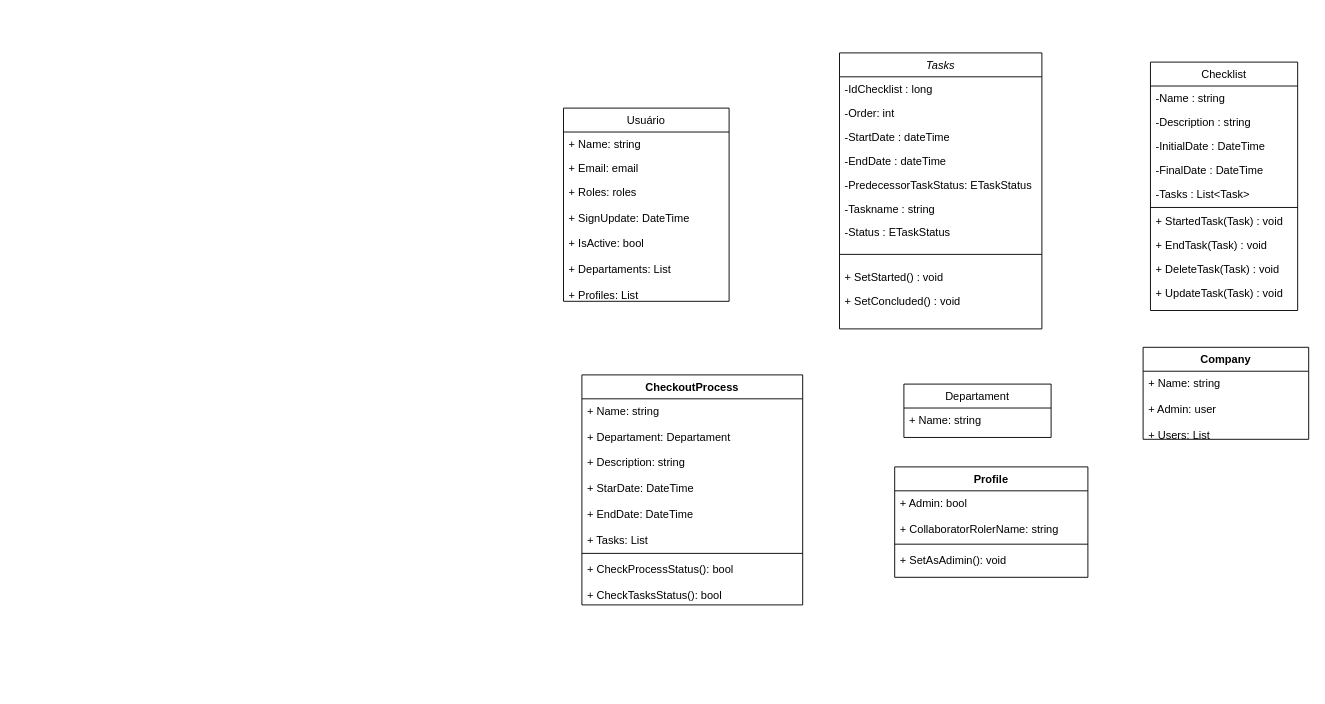
Earlier version of the draw.io diagram TaskManager.drawio (DevelopmentModalGR/TaskManager). Source tidied: cells renumbered, new cells numbered last; positions are measured from the earlier drawing's top-left corner, leaving out a move shared by most shapes. Both pictures are drawn from the tidied source at 92%, with x=0, y=0 at pixel (563, 52).
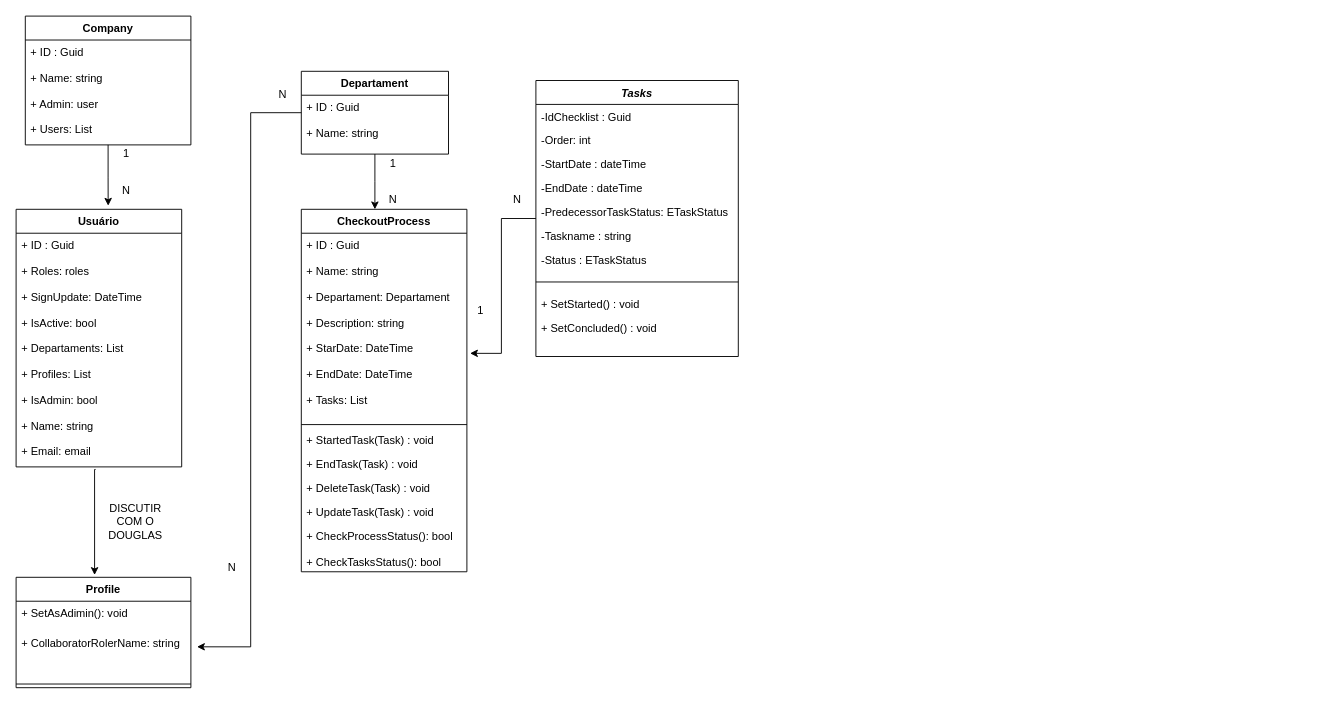
Above is the later version.

Commit message (it also covers changes not shown here):
atualizado diagrama de classes

The edit, as a diff of the source:
```diff
@@
+    <mxCell id="42" style="edgeStyle=orthogonalEdgeStyle;rounded=0;jettySize=auto;html=1;entryX=1.019;entryY=0.64;entryDx=0;entryDy=0;entryPerimeter=0;startArrow=none;startFill=0;endArrow=classic;endFill=1;" parent="1" edge="1" source="2" target="32">
+      <mxGeometry relative="1" as="geometry" />
+    </mxCell>
-    <mxCell id="2" value="Tasks" style="swimlane;fontStyle=2;align=center;verticalAlign=top;horizontal=1;startSize=26;rounded=0;shadow=0;strokeWidth=1;" parent="1" vertex="1">
-      <mxGeometry x="300" width="220" height="300" as="geometry" />
+    <mxCell id="2" value="Tasks" style="swimlane;fontStyle=3;align=center;verticalAlign=top;horizontal=1;startSize=26;rounded=0;shadow=0;strokeWidth=1;" parent="1" vertex="1">
+      <mxGeometry x="-30" y="30" width="220" height="300" as="geometry" />
     </mxCell>
-    <mxCell id="3" value="-IdChecklist : long&#10;&#10;" style="text;align=left;verticalAlign=top;spacingLeft=4;spacingRight=4;overflow=hidden;" parent="2" vertex="1">
+    <mxCell id="3" value="-IdChecklist : Guid" style="text;align=left;verticalAlign=top;spacingLeft=4;spacingRight=4;overflow=hidden;" parent="2" vertex="1">
       <mxGeometry y="26" width="220" height="26" as="geometry" />
     </mxCell>
@@
+    <mxCell id="43" style="edgeStyle=orthogonalEdgeStyle;rounded=0;jettySize=auto;html=1;" parent="1" edge="1" source="13">
+      <mxGeometry relative="1" as="geometry">
+        <mxPoint x="-205" y="170" as="targetPoint" />
+      </mxGeometry>
+    </mxCell>
+    <mxCell id="44" style="edgeStyle=orthogonalEdgeStyle;rounded=0;jettySize=auto;html=1;entryX=1.035;entryY=0.325;entryDx=0;entryDy=0;entryPerimeter=0;startArrow=none;startFill=0;endArrow=classic;endFill=1;" parent="1" edge="1" source="13" target="36">
+      <mxGeometry relative="1" as="geometry">
+        <Array as="points">
+          <mxPoint x="-340" y="65" />
+          <mxPoint x="-340" y="646" />
+        </Array>
+      </mxGeometry>
+    </mxCell>
-    <mxCell id="13" value="Departament" style="swimlane;fontStyle=0;align=center;verticalAlign=top;horizontal=1;startSize=26;rounded=0;shadow=0;strokeWidth=1;" parent="1" vertex="1">
-      <mxGeometry x="370" y="360" width="160" height="58" as="geometry" />
+    <mxCell id="13" value="Departament" style="swimlane;fontStyle=1;align=center;verticalAlign=top;horizontal=1;startSize=26;rounded=0;shadow=0;strokeWidth=1;" parent="1" vertex="1">
+      <mxGeometry x="-285" y="20" width="160" height="90" as="geometry" />
     </mxCell>
-    <mxCell id="14" value="+ Name: string" style="text;align=left;verticalAlign=top;spacingLeft=4;spacingRight=4;overflow=hidden;" parent="13" vertex="1">
-      <mxGeometry y="26" width="160" height="26" as="geometry" />
+    <mxCell id="14" value="+ ID : Guid&#10;&#10;+ Name: string" style="text;align=left;verticalAlign=top;spacingLeft=4;spacingRight=4;overflow=hidden;" parent="13" vertex="1">
+      <mxGeometry y="26" width="160" height="54" as="geometry" />
     </mxCell>
     <mxCell id="15" style="line;html=1;strokeWidth=1;align=left;verticalAlign=middle;spacingTop=-1;spacingLeft=3;spacingRight=3;labelPosition=right;" parent="13" vertex="1">
-      <mxGeometry y="52" width="160" as="geometry" />
+      <mxGeometry y="80" width="160" as="geometry" />
     </mxCell>
-    <mxCell id="16" value="Checklist" style="swimlane;fontStyle=0;align=center;verticalAlign=top;horizontal=1;startSize=26;rounded=0;shadow=0;strokeWidth=1;" parent="1" vertex="1">
-      <mxGeometry x="638" y="10" width="160" height="270" as="geometry" />
-    </mxCell>
-    <mxCell id="17" value="-Name : string" style="text;align=left;verticalAlign=top;spacingLeft=4;spacingRight=4;overflow=hidden;" parent="16" vertex="1">
-      <mxGeometry y="26" width="160" height="26" as="geometry" />
-    </mxCell>
-    <mxCell id="18" value="-Description : string" style="text;align=left;verticalAlign=top;spacingLeft=4;spacingRight=4;overflow=hidden;rounded=0;shadow=0;html=0;" parent="16" vertex="1">
-      <mxGeometry y="52" width="160" height="26" as="geometry" />
-    </mxCell>
-    <mxCell id="19" value="-InitialDate : DateTime" style="text;align=left;verticalAlign=top;spacingLeft=4;spacingRight=4;overflow=hidden;rounded=0;shadow=0;html=0;" parent="16" vertex="1">
-      <mxGeometry y="78" width="160" height="26" as="geometry" />
-    </mxCell>
-    <mxCell id="20" value="-FinalDate : DateTime" style="text;align=left;verticalAlign=top;spacingLeft=4;spacingRight=4;overflow=hidden;rounded=0;shadow=0;html=0;" parent="16" vertex="1">
-      <mxGeometry y="104" width="160" height="26" as="geometry" />
-    </mxCell>
-    <mxCell id="21" value="-Tasks : List&lt;Task&gt;" style="text;align=left;verticalAlign=top;spacingLeft=4;spacingRight=4;overflow=hidden;rounded=0;shadow=0;html=0;" parent="16" vertex="1">
-      <mxGeometry y="130" width="160" height="26" as="geometry" />
-    </mxCell>
-    <mxCell id="22" style="line;html=1;strokeWidth=1;align=left;verticalAlign=middle;spacingTop=-1;spacingLeft=3;spacingRight=3;labelPosition=right;" parent="16" vertex="1">
-      <mxGeometry y="156" width="160" height="4" as="geometry" />
-    </mxCell>
+    <mxCell id="45" style="edgeStyle=orthogonalEdgeStyle;rounded=0;jettySize=auto;html=1;entryX=0.449;entryY=-0.021;entryDx=0;entryDy=0;entryPerimeter=0;startArrow=none;startFill=0;endArrow=classic;endFill=1;exitX=0.48;exitY=1.011;exitDx=0;exitDy=0;exitPerimeter=0;" parent="1" edge="1" source="30" target="35">
+      <mxGeometry relative="1" as="geometry">
+        <Array as="points">
+          <mxPoint x="-510" y="453" />
+        </Array>
+      </mxGeometry>
+    </mxCell>
+    <mxCell id="27" value="Usuário" style="swimlane;fontStyle=1;horizontal=1;startSize=26;fillColor=none;" parent="1" vertex="1">
+      <mxGeometry x="-595" y="170" width="180" height="280" as="geometry" />
+    </mxCell>
+    <mxCell id="30" value="+ ID : Guid&#10;&#10;+ Roles: roles&#10;&#10;+ SignUpdate: DateTime&#10;&#10;+ IsActive: bool&#10;&#10;+ Departaments: List&#10;&#10;+ Profiles: List&#10;&#10;+ IsAdmin: bool&#10;&#10;+ Name: string&#10;&#10;+ Email: email&#10;" style="text;strokeColor=none;fillColor=none;align=left;verticalAlign=top;spacingLeft=4;spacingRight=4;overflow=hidden;points=[[0,0.5],[1,0.5]];portConstraint=eastwest;" parent="27" vertex="1">
+      <mxGeometry y="26" width="180" height="254" as="geometry" />
+    </mxCell>
+    <mxCell id="31" value="CheckoutProcess" style="swimlane;fontStyle=1;align=center;verticalAlign=top;horizontal=1;startSize=26;" parent="1" vertex="1">
+      <mxGeometry x="-285" y="170" width="180" height="394" as="geometry" />
+    </mxCell>
+    <mxCell id="32" value="+ ID : Guid&#10;&#10;+ Name: string&#10;&#10;+ Departament: Departament&#10;&#10;+ Description: string&#10;&#10;+ StarDate: DateTime&#10;&#10;+ EndDate: DateTime&#10;&#10;+ Tasks: List&#10;" style="text;strokeColor=none;fillColor=none;align=left;verticalAlign=top;spacingLeft=4;spacingRight=4;overflow=hidden;points=[[0,0.5],[1,0.5]];portConstraint=eastwest;" parent="31" vertex="1">
+      <mxGeometry y="26" width="180" height="204" as="geometry" />
+    </mxCell>
+    <mxCell id="33" style="line;strokeWidth=1;fillColor=none;align=left;verticalAlign=middle;spacingTop=-1;spacingLeft=3;spacingRight=3;labelPosition=right;" parent="31" vertex="1">
+      <mxGeometry y="230" width="180" height="8" as="geometry" />
+    </mxCell>
-    <mxCell id="23" value="+ StartedTask(Task) : void" style="text;align=left;verticalAlign=top;spacingLeft=4;spacingRight=4;overflow=hidden;rounded=0;shadow=0;html=0;" parent="16" vertex="1">
-      <mxGeometry y="160" width="160" height="26" as="geometry" />
+    <mxCell id="23" value="+ StartedTask(Task) : void" style="text;align=left;verticalAlign=top;spacingLeft=4;spacingRight=4;overflow=hidden;rounded=0;shadow=0;html=0;" parent="31" vertex="1">
+      <mxGeometry y="238" width="180" height="26" as="geometry" />
     </mxCell>
-    <mxCell id="24" value="+ EndTask(Task) : void" style="text;align=left;verticalAlign=top;spacingLeft=4;spacingRight=4;overflow=hidden;rounded=0;shadow=0;html=0;" parent="16" vertex="1">
-      <mxGeometry y="186" width="160" height="26" as="geometry" />
+    <mxCell id="24" value="+ EndTask(Task) : void" style="text;align=left;verticalAlign=top;spacingLeft=4;spacingRight=4;overflow=hidden;rounded=0;shadow=0;html=0;" parent="31" vertex="1">
+      <mxGeometry y="264" width="180" height="26" as="geometry" />
     </mxCell>
-    <mxCell id="25" value="+ DeleteTask(Task) : void" style="text;align=left;verticalAlign=top;spacingLeft=4;spacingRight=4;overflow=hidden;rounded=0;shadow=0;html=0;" parent="16" vertex="1">
-      <mxGeometry y="212" width="160" height="26" as="geometry" />
+    <mxCell id="25" value="+ DeleteTask(Task) : void" style="text;align=left;verticalAlign=top;spacingLeft=4;spacingRight=4;overflow=hidden;rounded=0;shadow=0;html=0;" parent="31" vertex="1">
+      <mxGeometry y="290" width="180" height="26" as="geometry" />
     </mxCell>
-    <mxCell id="26" value="+ UpdateTask(Task) : void" style="text;align=left;verticalAlign=top;spacingLeft=4;spacingRight=4;overflow=hidden;rounded=0;shadow=0;html=0;" parent="16" vertex="1">
-      <mxGeometry y="238" width="160" height="26" as="geometry" />
+    <mxCell id="26" value="+ UpdateTask(Task) : void" style="text;align=left;verticalAlign=top;spacingLeft=4;spacingRight=4;overflow=hidden;rounded=0;shadow=0;html=0;" parent="31" vertex="1">
+      <mxGeometry y="316" width="180" height="26" as="geometry" />
     </mxCell>
-    <mxCell id="27" value="Usuário" style="swimlane;fontStyle=0;horizontal=1;startSize=26;fillColor=none;" parent="1" vertex="1">
-      <mxGeometry y="60" width="180" height="210" as="geometry" />
-    </mxCell>
-    <mxCell id="28" value="+ Name: string" style="text;strokeColor=none;fillColor=none;align=left;verticalAlign=top;spacingLeft=4;spacingRight=4;overflow=hidden;" parent="27" vertex="1">
-      <mxGeometry y="26" width="180" height="26" as="geometry" />
-    </mxCell>
-    <mxCell id="29" value="+ Email: email" style="text;strokeColor=none;fillColor=none;align=left;verticalAlign=top;spacingLeft=4;spacingRight=4;overflow=hidden;" parent="27" vertex="1">
-      <mxGeometry y="52" width="180" height="26" as="geometry" />
-    </mxCell>
-    <mxCell id="30" value="+ Roles: roles&#10;&#10;+ SignUpdate: DateTime&#10;&#10;+ IsActive: bool&#10;&#10;+ Departaments: List&#10;&#10;+ Profiles: List&#10;" style="text;strokeColor=none;fillColor=none;align=left;verticalAlign=top;spacingLeft=4;spacingRight=4;overflow=hidden;points=[[0,0.5],[1,0.5]];portConstraint=eastwest;" parent="27" vertex="1">
-      <mxGeometry y="78" width="180" height="132" as="geometry" />
-    </mxCell>
-    <mxCell id="31" value="CheckoutProcess" style="swimlane;fontStyle=1;align=center;verticalAlign=top;horizontal=1;startSize=26;" parent="1" vertex="1">
-      <mxGeometry x="20" y="350" width="240" height="250" as="geometry" />
-    </mxCell>
-    <mxCell id="32" value="+ Name: string&#10;&#10;+ Departament: Departament&#10;&#10;+ Description: string&#10;&#10;+ StarDate: DateTime&#10;&#10;+ EndDate: DateTime&#10;&#10;+ Tasks: List&#10;" style="text;strokeColor=none;fillColor=none;align=left;verticalAlign=top;spacingLeft=4;spacingRight=4;overflow=hidden;points=[[0,0.5],[1,0.5]];portConstraint=eastwest;" parent="31" vertex="1">
-      <mxGeometry y="26" width="240" height="164" as="geometry" />
-    </mxCell>
-    <mxCell id="33" style="line;strokeWidth=1;fillColor=none;align=left;verticalAlign=middle;spacingTop=-1;spacingLeft=3;spacingRight=3;labelPosition=right;" parent="31" vertex="1">
-      <mxGeometry y="190" width="240" height="8" as="geometry" />
-    </mxCell>
     <mxCell id="34" value="+ CheckProcessStatus(): bool&#10;&#10;+ CheckTasksStatus(): bool" style="text;strokeColor=none;fillColor=none;align=left;verticalAlign=top;spacingLeft=4;spacingRight=4;overflow=hidden;" parent="31" vertex="1">
-      <mxGeometry y="198" width="240" height="52" as="geometry" />
+      <mxGeometry y="342" width="180" height="52" as="geometry" />
     </mxCell>
     <mxCell id="35" value="Profile" style="swimlane;fontStyle=1;align=center;verticalAlign=top;horizontal=1;startSize=26;" parent="1" vertex="1">
-      <mxGeometry x="360" y="450" width="210" height="120" as="geometry" />
+      <mxGeometry x="-595" y="570" width="190" height="120" as="geometry" />
     </mxCell>
+    <mxCell id="38" value="+ SetAsAdimin(): void" style="text;strokeColor=none;fillColor=none;align=left;verticalAlign=top;spacingLeft=4;spacingRight=4;overflow=hidden;" parent="35" vertex="1">
+      <mxGeometry y="26" width="190" height="32" as="geometry" />
+    </mxCell>
-    <mxCell id="36" value="+ Admin: bool&#10;&#10;+ CollaboratorRolerName: string&#10;&#10;&#10;&#10;" style="text;strokeColor=none;fillColor=none;align=left;verticalAlign=top;spacingLeft=4;spacingRight=4;overflow=hidden;points=[[0,0.5],[1,0.5]];portConstraint=eastwest;" parent="35" vertex="1">
-      <mxGeometry y="26" width="210" height="54" as="geometry" />
+    <mxCell id="36" value="+ CollaboratorRolerName: string&#10;&#10;&#10;&#10;" style="text;strokeColor=none;fillColor=none;align=left;verticalAlign=top;spacingLeft=4;spacingRight=4;overflow=hidden;points=[[0,0.5],[1,0.5]];portConstraint=eastwest;" parent="35" vertex="1">
+      <mxGeometry y="58" width="190" height="54" as="geometry" />
     </mxCell>
     <mxCell id="37" style="line;strokeWidth=1;fillColor=none;align=left;verticalAlign=middle;spacingTop=-1;spacingLeft=3;spacingRight=3;labelPosition=right;" parent="35" vertex="1">
-      <mxGeometry y="80" width="210" height="8" as="geometry" />
+      <mxGeometry y="112" width="190" height="8" as="geometry" />
     </mxCell>
-    <mxCell id="38" value="+ SetAsAdimin(): void" style="text;strokeColor=none;fillColor=none;align=left;verticalAlign=top;spacingLeft=4;spacingRight=4;overflow=hidden;" parent="35" vertex="1">
-      <mxGeometry y="88" width="210" height="32" as="geometry" />
-    </mxCell>
+    <mxCell id="46" style="rounded=0;jettySize=auto;html=1;entryX=0.556;entryY=-0.014;entryDx=0;entryDy=0;entryPerimeter=0;edgeStyle=orthogonalEdgeStyle;startArrow=none;startFill=0;endArrow=classic;endFill=1;" parent="1" edge="1" source="39" target="27">
+      <mxGeometry relative="1" as="geometry" />
+    </mxCell>
     <mxCell id="39" value="Company" style="swimlane;fontStyle=1;align=center;verticalAlign=top;horizontal=1;startSize=26;" parent="1" vertex="1">
-      <mxGeometry x="630" y="320" width="180" height="100" as="geometry" />
+      <mxGeometry x="-585" y="-40" width="180" height="140" as="geometry" />
     </mxCell>
-    <mxCell id="40" value="+ Name: string&#10;&#10;+ Admin: user&#10;&#10;+ Users: List" style="text;strokeColor=none;fillColor=none;align=left;verticalAlign=top;spacingLeft=4;spacingRight=4;overflow=hidden;" parent="39" vertex="1">
-      <mxGeometry y="26" width="180" height="74" as="geometry" />
+    <mxCell id="40" value="+ ID : Guid&#10;&#10;+ Name: string&#10;&#10;+ Admin: user&#10;&#10;+ Users: List" style="text;strokeColor=none;fillColor=none;align=left;verticalAlign=top;spacingLeft=4;spacingRight=4;overflow=hidden;" parent="39" vertex="1">
+      <mxGeometry y="26" width="180" height="114" as="geometry" />
     </mxCell>
@@
+    <mxCell id="47" value="1" style="text;html=1;strokeColor=none;fillColor=none;align=center;verticalAlign=middle;whiteSpace=wrap;rounded=0;" parent="1" vertex="1">
+      <mxGeometry x="-495" y="100" width="40" height="20" as="geometry" />
+    </mxCell>
+    <mxCell id="48" value="N" style="text;html=1;strokeColor=none;fillColor=none;align=center;verticalAlign=middle;whiteSpace=wrap;rounded=0;" parent="1" vertex="1">
+      <mxGeometry x="-495" y="140" width="40" height="20" as="geometry" />
+    </mxCell>
+    <mxCell id="49" value="DISCUTIR COM O DOUGLAS" style="text;html=1;strokeColor=none;fillColor=none;align=center;verticalAlign=middle;whiteSpace=wrap;rounded=0;" parent="1" vertex="1">
+      <mxGeometry x="-495" y="480" width="60" height="60" as="geometry" />
+    </mxCell>
+    <mxCell id="50" value="N" style="text;html=1;strokeColor=none;fillColor=none;align=center;verticalAlign=middle;whiteSpace=wrap;rounded=0;" parent="1" vertex="1">
+      <mxGeometry x="-380" y="550" width="40" height="20" as="geometry" />
+    </mxCell>
+    <mxCell id="51" value="N" style="text;html=1;strokeColor=none;fillColor=none;align=center;verticalAlign=middle;whiteSpace=wrap;rounded=0;" parent="1" vertex="1">
+      <mxGeometry x="-325" y="35" width="40" height="20" as="geometry" />
+    </mxCell>
+    <mxCell id="52" value="1" style="text;html=1;strokeColor=none;fillColor=none;align=center;verticalAlign=middle;whiteSpace=wrap;rounded=0;" parent="1" vertex="1">
+      <mxGeometry x="-205" y="110" width="40" height="20" as="geometry" />
+    </mxCell>
+    <mxCell id="53" value="N" style="text;html=1;strokeColor=none;fillColor=none;align=center;verticalAlign=middle;whiteSpace=wrap;rounded=0;" parent="1" vertex="1">
+      <mxGeometry x="-205" y="150" width="40" height="20" as="geometry" />
+    </mxCell>
+    <mxCell id="54" value="1" style="text;html=1;strokeColor=none;fillColor=none;align=center;verticalAlign=middle;whiteSpace=wrap;rounded=0;" parent="1" vertex="1">
+      <mxGeometry x="-110" y="270" width="40" height="20" as="geometry" />
+    </mxCell>
+    <mxCell id="55" value="N" style="text;html=1;strokeColor=none;fillColor=none;align=center;verticalAlign=middle;whiteSpace=wrap;rounded=0;" parent="1" vertex="1">
+      <mxGeometry x="-70" y="150" width="40" height="20" as="geometry" />
+    </mxCell>
```
